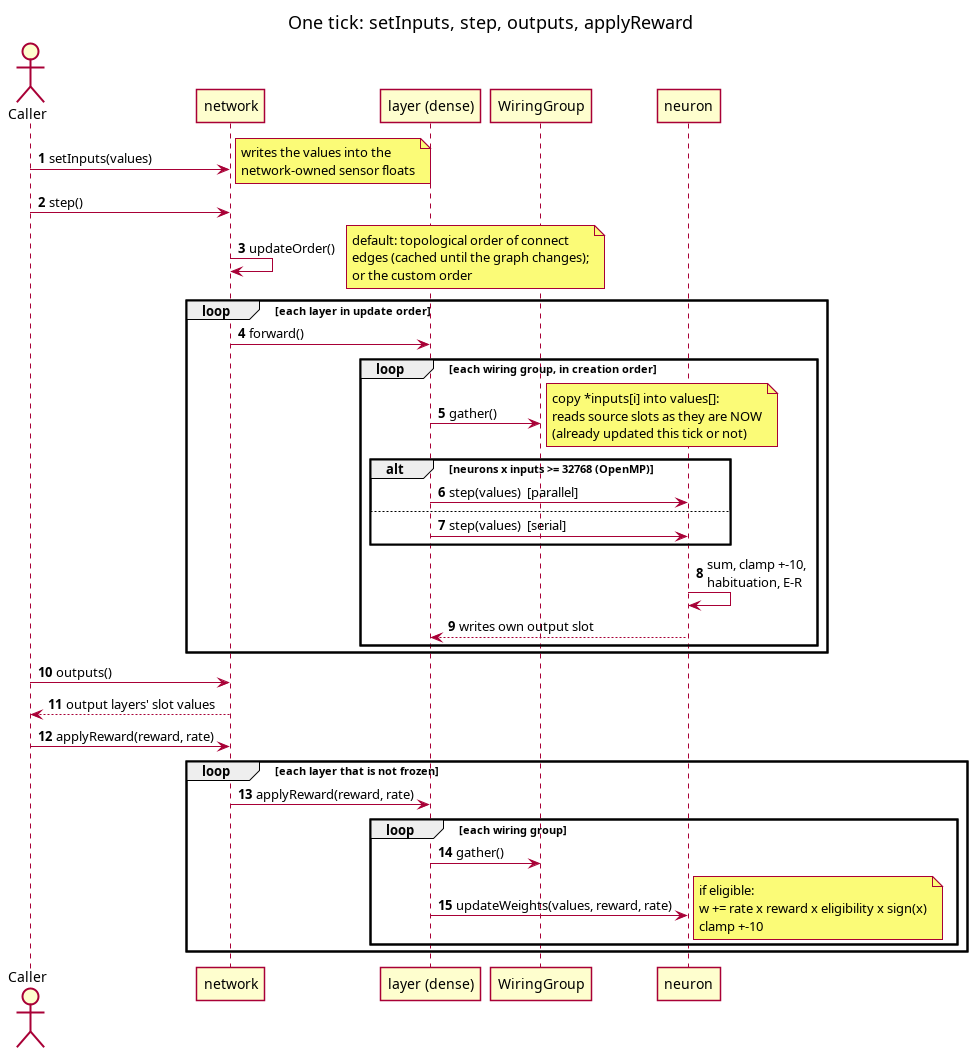
arielkonopka/exRelaxer keeps this PlantUML diagram as doc/diagrams/sequence_step.png. Above is the earlier version. Its source is kept beside it as doc/diagrams/sequence_step.puml. The source it was exported from:
```plantuml
@startuml sequence_step
skinparam shadowing false
skinparam sequenceMessageAlign left
autonumber

title One tick: setInputs, step, outputs, applyReward

actor Caller
participant network
participant "layer (dense)" as L
participant "WiringGroup" as G
participant neuron

Caller -> network : setInputs(values)
note right : writes the values into the\nnetwork-owned sensor floats

Caller -> network : step()
network -> network : updateOrder()
note right
  default: topological order of connect
  edges (cached until the graph changes);
  or the custom order
end note

loop each layer in update order
  network -> L : forward()
  loop each wiring group, in creation order
    L -> G : gather()
    note right
      copy *inputs[i] into values[]:
      reads source slots as they are NOW
      (already updated this tick or not)
    end note
    alt neurons x inputs >= 32768 (OpenMP)
      L -> neuron : step(values)  [parallel]
    else
      L -> neuron : step(values)  [serial]
    end
    neuron -> neuron : sum, clamp +-10,\nhabituation, E-R
    neuron --> L : writes own output slot
  end
end

Caller -> network : outputs()
network --> Caller : output layers' slot values

Caller -> network : applyReward(reward, rate)
loop each layer that is not frozen
  network -> L : applyReward(reward, rate)
  loop each wiring group
    L -> G : gather()
    L -> neuron : updateWeights(values, reward, rate)
    note right
      if eligible:
      w += rate x reward x eligibility x sign(x)
      clamp +-10
    end note
  end
end

@enduml
```
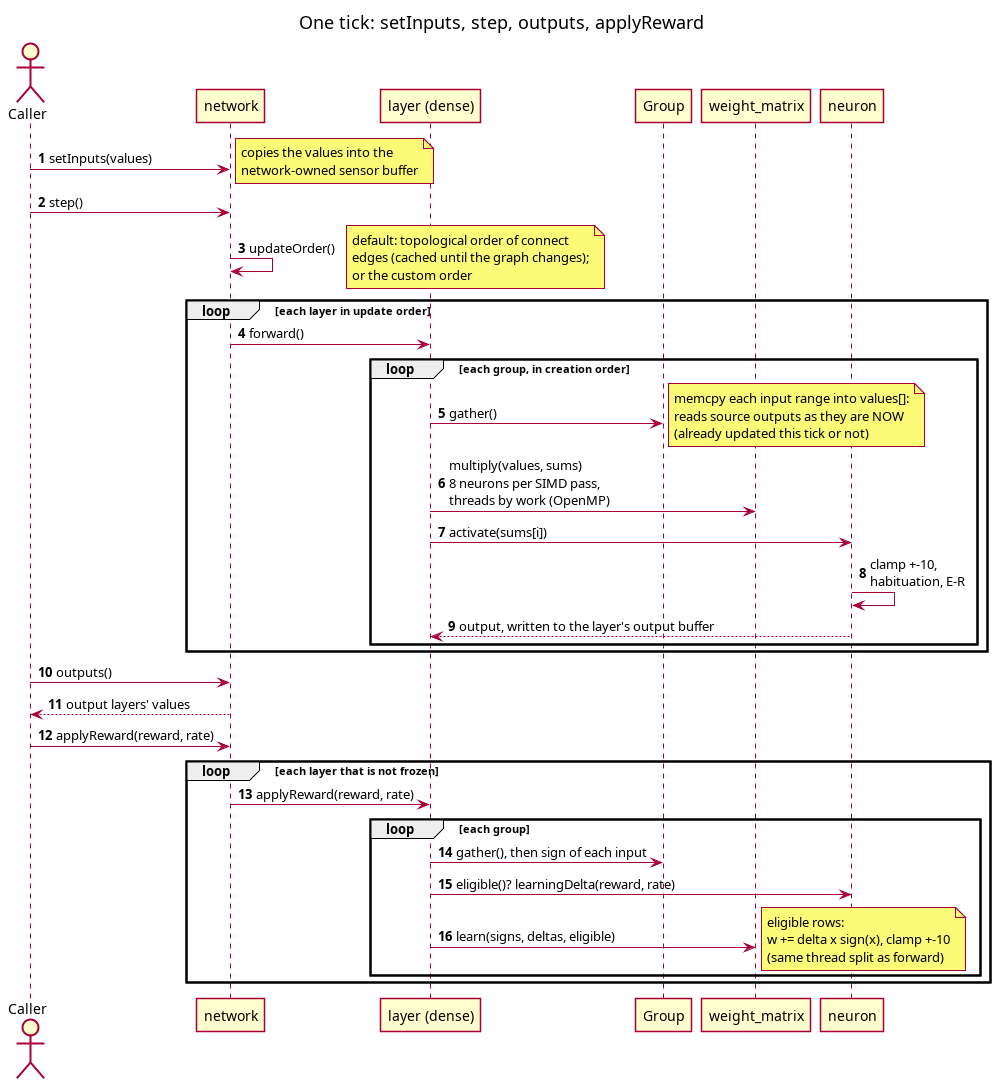
Above is the later version.

The edit, as a diff of the source:
```diff
@@ -8,11 +8,12 @@
 actor Caller
 participant network
 participant "layer (dense)" as L
-participant "WiringGroup" as G
+participant "Group" as G
+participant "weight_matrix" as W
 participant neuron
 
 Caller -> network : setInputs(values)
-note right : writes the values into the\nnetwork-owned sensor floats
+note right : copies the values into the\nnetwork-owned sensor buffer
 
 Caller -> network : step()
 network -> network : updateOrder()
@@ -24,36 +25,34 @@
 
 loop each layer in update order
   network -> L : forward()
-  loop each wiring group, in creation order
+  loop each group, in creation order
     L -> G : gather()
     note right
-      copy *inputs[i] into values[]:
-      reads source slots as they are NOW
+      memcpy each input range into values[]:
+      reads source outputs as they are NOW
       (already updated this tick or not)
     end note
-    alt neurons x inputs >= 32768 (OpenMP)
-      L -> neuron : step(values)  [parallel]
-    else
-      L -> neuron : step(values)  [serial]
-    end
-    neuron -> neuron : sum, clamp +-10,\nhabituation, E-R
-    neuron --> L : writes own output slot
+    L -> W : multiply(values, sums)\n8 neurons per SIMD pass,\nthreads by work (OpenMP)
+    L -> neuron : activate(sums[i])
+    neuron -> neuron : clamp +-10,\nhabituation, E-R
+    neuron --> L : output, written to the layer's output buffer
   end
 end
 
 Caller -> network : outputs()
-network --> Caller : output layers' slot values
+network --> Caller : output layers' values
 
 Caller -> network : applyReward(reward, rate)
 loop each layer that is not frozen
   network -> L : applyReward(reward, rate)
-  loop each wiring group
-    L -> G : gather()
-    L -> neuron : updateWeights(values, reward, rate)
+  loop each group
+    L -> G : gather(), then sign of each input
+    L -> neuron : eligible()? learningDelta(reward, rate)
+    L -> W : learn(signs, deltas, eligible)
     note right
-      if eligible:
-      w += rate x reward x eligibility x sign(x)
-      clamp +-10
+      eligible rows:
+      w += delta x sign(x), clamp +-10
+      (same thread split as forward)
     end note
   end
 end
```
